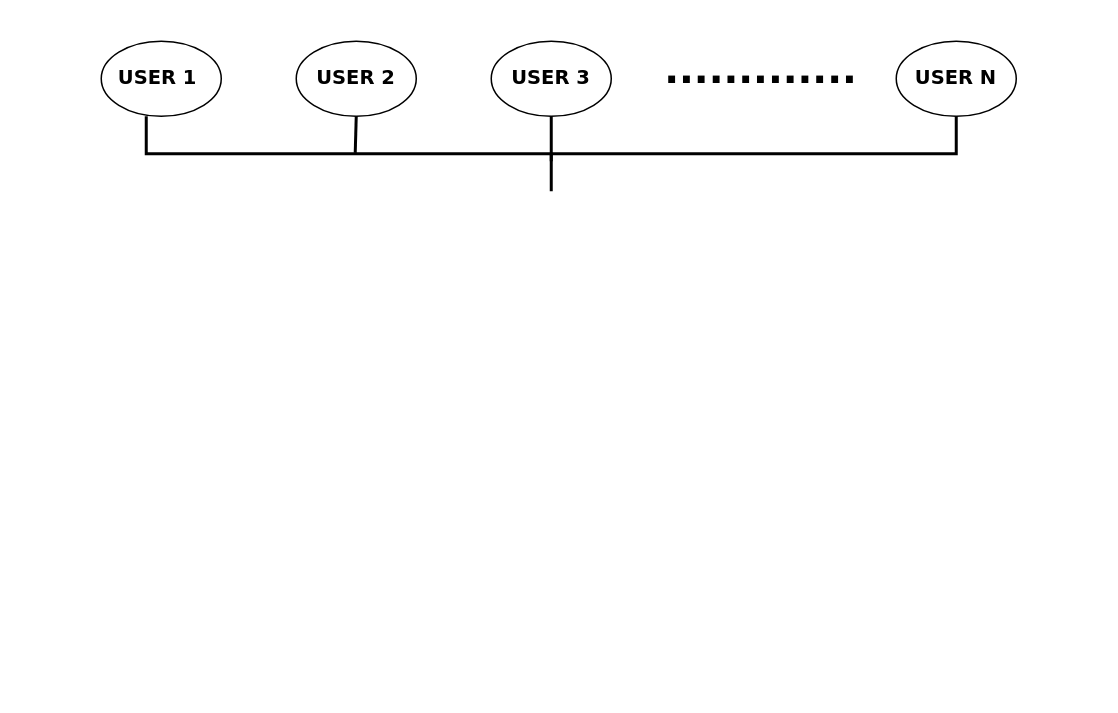
Before: moksha_spotify.drawio in ChanumoluGayathri/System_Design, a draw.io diagram. Source tidied: cells renumbered, new cells numbered last; positions are measured from the earlier drawing's top-left corner, leaving out a move shared by most shapes. Both pictures are drawn from the tidied source at 150%, with x=0, y=0 at pixel (100, 40).
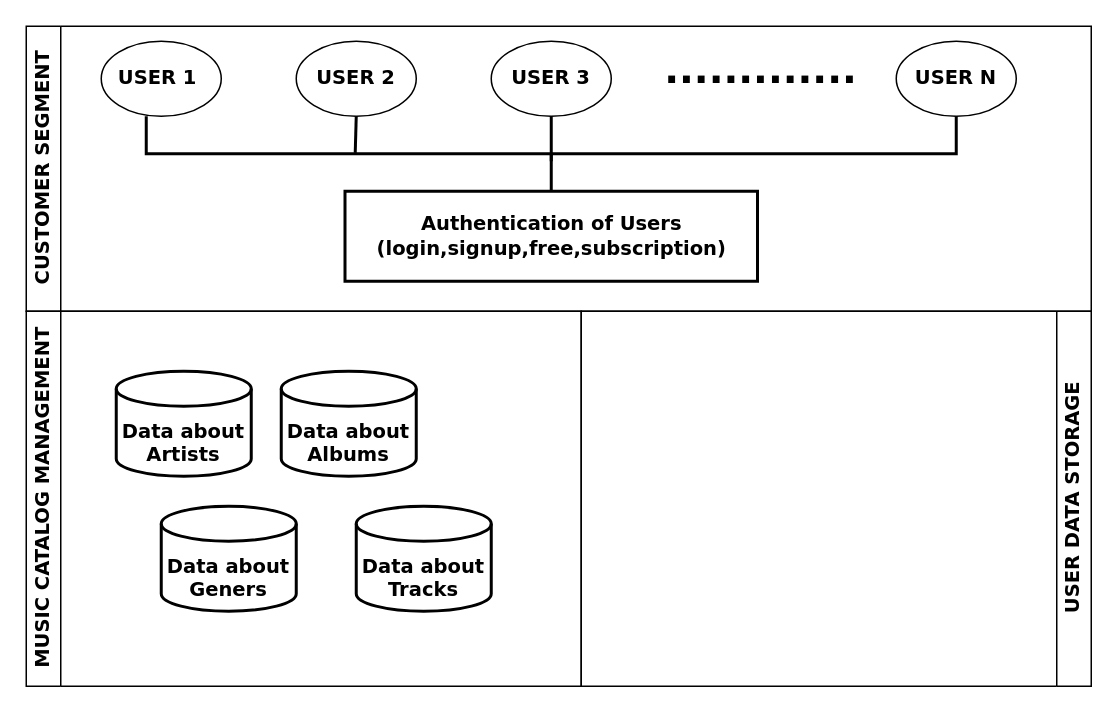
The same diagram, later.

What changed in the source:
```diff
@@
 <mxGraphModel>
   <root>
     <mxCell id="0" />
     <mxCell id="1" parent="0" />
     <mxCell id="2" value="&lt;font style=&quot;font-size: 13px;&quot; face=&quot;Verdana&quot;&gt;&lt;b&gt;USER 1&amp;nbsp;&lt;/b&gt;&lt;/font&gt;" style="ellipse;whiteSpace=wrap;html=1;hachureGap=4;fontFamily=Architects Daughter;" parent="1" vertex="1">
       <mxGeometry width="80" height="50" as="geometry" />
     </mxCell>
     <mxCell id="3" value="&lt;b style=&quot;font-family: Verdana; font-size: 13px;&quot;&gt;USER 3&lt;/b&gt;" style="ellipse;whiteSpace=wrap;html=1;hachureGap=4;fontFamily=Architects Daughter;" parent="1" vertex="1">
       <mxGeometry x="260" width="80" height="50" as="geometry" />
     </mxCell>
     <mxCell id="4" value="&lt;b style=&quot;font-family: Verdana; font-size: 13px;&quot;&gt;USER 2&lt;/b&gt;" style="ellipse;whiteSpace=wrap;html=1;hachureGap=4;fontFamily=Architects Daughter;" parent="1" vertex="1">
       <mxGeometry x="130" width="80" height="50" as="geometry" />
     </mxCell>
     <mxCell id="5" value="&lt;font face=&quot;Verdana&quot; style=&quot;font-size: 38px;&quot;&gt;&lt;b style=&quot;font-size: 26px;&quot;&gt;.............&lt;/b&gt;&lt;/font&gt;" style="text;html=1;align=center;verticalAlign=middle;whiteSpace=wrap;rounded=0;fontFamily=Architects Daughter;" parent="1" vertex="1">
       <mxGeometry x="410" width="60" height="30" as="geometry" />
     </mxCell>
     <mxCell id="6" value="&lt;b style=&quot;font-family: Verdana; font-size: 13px;&quot;&gt;USER N&lt;/b&gt;" style="ellipse;whiteSpace=wrap;html=1;hachureGap=4;fontFamily=Architects Daughter;" parent="1" vertex="1">
       <mxGeometry x="530" width="80" height="50" as="geometry" />
     </mxCell>
     <mxCell id="7" style="strokeWidth=2;html=1;shape=mxgraph.flowchart.annotation_2;align=left;labelPosition=right;hachureGap=4;fontFamily=Architects Daughter;direction=north;" parent="1" vertex="1">
       <mxGeometry x="30" y="50" width="540" height="50" as="geometry" />
     </mxCell>
     <mxCell id="8" style="endArrow=none;html=1;rounded=0;hachureGap=4;fontFamily=Architects Daughter;exitX=0.5;exitY=1;exitDx=0;exitDy=0;entryX=0.512;entryY=0.258;entryDx=0;entryDy=0;entryPerimeter=0;strokeWidth=2;fontStyle=1;" parent="1" edge="1" source="4" target="7">
       <mxGeometry relative="1" as="geometry" />
     </mxCell>
     <mxCell id="9" style="endArrow=none;html=1;rounded=0;hachureGap=4;fontFamily=Architects Daughter;exitX=1;exitY=0.5;exitDx=0;exitDy=0;exitPerimeter=0;strokeWidth=2;" parent="1" edge="1" source="7">
       <mxGeometry relative="1" as="geometry">
         <mxPoint x="300" y="80" as="targetPoint" />
       </mxGeometry>
     </mxCell>
+    <mxCell id="10" value="&lt;font style=&quot;font-size: 13px;&quot; face=&quot;Verdana&quot;&gt;&lt;b&gt;Authentication of Users&lt;/b&gt;&lt;/font&gt;&lt;div&gt;&lt;font style=&quot;font-size: 13px;&quot; face=&quot;Verdana&quot;&gt;&lt;b&gt;(login,signup,free,subscription)&lt;/b&gt;&lt;/font&gt;&lt;/div&gt;" style="rounded=0;whiteSpace=wrap;html=1;hachureGap=4;fontFamily=Architects Daughter;strokeWidth=2;" parent="1" vertex="1">
+      <mxGeometry x="162.5" y="100" width="275" height="60" as="geometry" />
+    </mxCell>
+    <mxCell id="11" value="&lt;font style=&quot;font-size: 13px;&quot; face=&quot;Verdana&quot;&gt;CUSTOMER SEGMENT&lt;/font&gt;" style="swimlane;horizontal=0;whiteSpace=wrap;html=1;hachureGap=4;fontFamily=Architects Daughter;" parent="1" vertex="1">
+      <mxGeometry x="-50" y="-10" width="710" height="190" as="geometry" />
+    </mxCell>
+    <mxCell id="12" value="&lt;font style=&quot;font-size: 13px;&quot; face=&quot;Verdana&quot;&gt;MUSIC CATALOG MANAGEMENT&lt;/font&gt;" style="swimlane;horizontal=0;whiteSpace=wrap;html=1;hachureGap=4;fontFamily=Architects Daughter;" parent="1" vertex="1">
+      <mxGeometry x="-50" y="180" width="370" height="250" as="geometry" />
+    </mxCell>
+    <mxCell id="13" value="&lt;p style=&quot;line-height: 110%;&quot;&gt;&lt;font size=&quot;1&quot; face=&quot;Verdana&quot;&gt;&lt;b style=&quot;font-size: 13px;&quot;&gt;&lt;br&gt;&lt;/b&gt;&lt;/font&gt;&lt;/p&gt;&lt;p style=&quot;line-height: 110%;&quot;&gt;&lt;font size=&quot;1&quot; face=&quot;Verdana&quot;&gt;&lt;b style=&quot;font-size: 13px;&quot;&gt;Data about Artists&lt;/b&gt;&lt;/font&gt;&lt;/p&gt;" style="strokeWidth=2;html=1;shape=mxgraph.flowchart.database;whiteSpace=wrap;hachureGap=4;fontFamily=Architects Daughter;" parent="12" vertex="1">
+      <mxGeometry x="60" y="40" width="90" height="70" as="geometry" />
+    </mxCell>
+    <mxCell id="14" value="&lt;p style=&quot;line-height: 110%;&quot;&gt;&lt;font size=&quot;1&quot; face=&quot;Verdana&quot;&gt;&lt;b style=&quot;font-size: 13px;&quot;&gt;&lt;br&gt;&lt;/b&gt;&lt;/font&gt;&lt;/p&gt;&lt;p style=&quot;line-height: 110%;&quot;&gt;&lt;font size=&quot;1&quot; face=&quot;Verdana&quot;&gt;&lt;b style=&quot;font-size: 13px;&quot;&gt;Data about Albums&lt;/b&gt;&lt;/font&gt;&lt;/p&gt;" style="strokeWidth=2;html=1;shape=mxgraph.flowchart.database;whiteSpace=wrap;hachureGap=4;fontFamily=Architects Daughter;" parent="12" vertex="1">
+      <mxGeometry x="170" y="40" width="90" height="70" as="geometry" />
+    </mxCell>
+    <mxCell id="15" value="&lt;p style=&quot;line-height: 110%;&quot;&gt;&lt;font size=&quot;1&quot; face=&quot;Verdana&quot;&gt;&lt;b style=&quot;font-size: 13px;&quot;&gt;&lt;br&gt;&lt;/b&gt;&lt;/font&gt;&lt;/p&gt;&lt;p style=&quot;line-height: 110%;&quot;&gt;&lt;font size=&quot;1&quot; face=&quot;Verdana&quot;&gt;&lt;b style=&quot;font-size: 13px;&quot;&gt;Data about Tracks&lt;/b&gt;&lt;/font&gt;&lt;/p&gt;" style="strokeWidth=2;html=1;shape=mxgraph.flowchart.database;whiteSpace=wrap;hachureGap=4;fontFamily=Architects Daughter;" parent="12" vertex="1">
+      <mxGeometry x="220" y="130" width="90" height="70" as="geometry" />
+    </mxCell>
+    <mxCell id="16" value="&lt;p style=&quot;line-height: 110%;&quot;&gt;&lt;font size=&quot;1&quot; face=&quot;Verdana&quot;&gt;&lt;b style=&quot;font-size: 13px;&quot;&gt;&lt;br&gt;&lt;/b&gt;&lt;/font&gt;&lt;/p&gt;&lt;p style=&quot;line-height: 110%;&quot;&gt;&lt;font size=&quot;1&quot; face=&quot;Verdana&quot;&gt;&lt;b style=&quot;font-size: 13px;&quot;&gt;Data about Geners&lt;/b&gt;&lt;/font&gt;&lt;/p&gt;" style="strokeWidth=2;html=1;shape=mxgraph.flowchart.database;whiteSpace=wrap;hachureGap=4;fontFamily=Architects Daughter;" parent="12" vertex="1">
+      <mxGeometry x="90" y="130" width="90" height="70" as="geometry" />
+    </mxCell>
+    <mxCell id="17" value="&lt;font style=&quot;font-size: 13px;&quot; face=&quot;Verdana&quot;&gt;USER DATA STORAGE&lt;/font&gt;" style="swimlane;horizontal=0;whiteSpace=wrap;html=1;hachureGap=4;fontFamily=Architects Daughter;direction=west;" parent="1" vertex="1">
+      <mxGeometry x="320" y="180" width="340" height="250" as="geometry" />
+    </mxCell>
   </root>
 </mxGraphModel>
```
